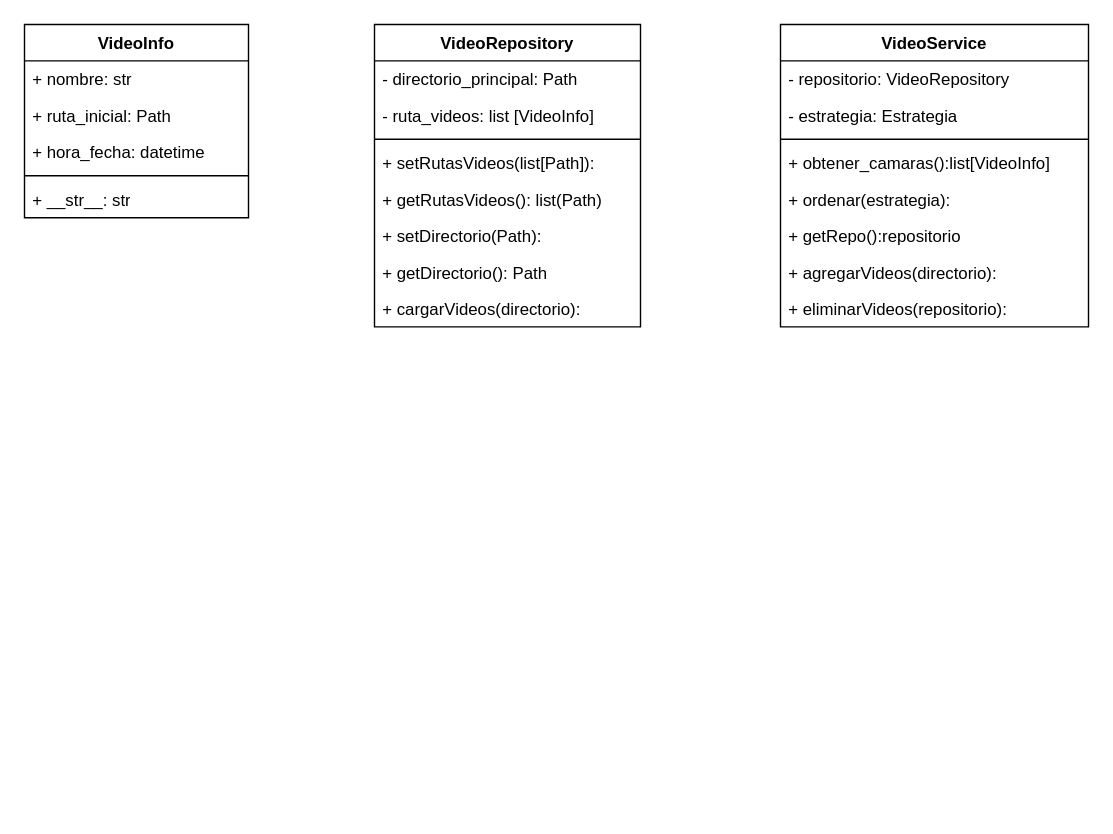
This is FolderLister.drawio from brianbuera/folder-lister, a draw.io file, before an edit. Source tidied: cells renumbered, new cells numbered last; positions are measured from the earlier drawing's top-left corner, leaving out a move shared by most shapes. Both pictures are drawn from the tidied source at 140%, with x=0, y=0 at pixel (24, 24).
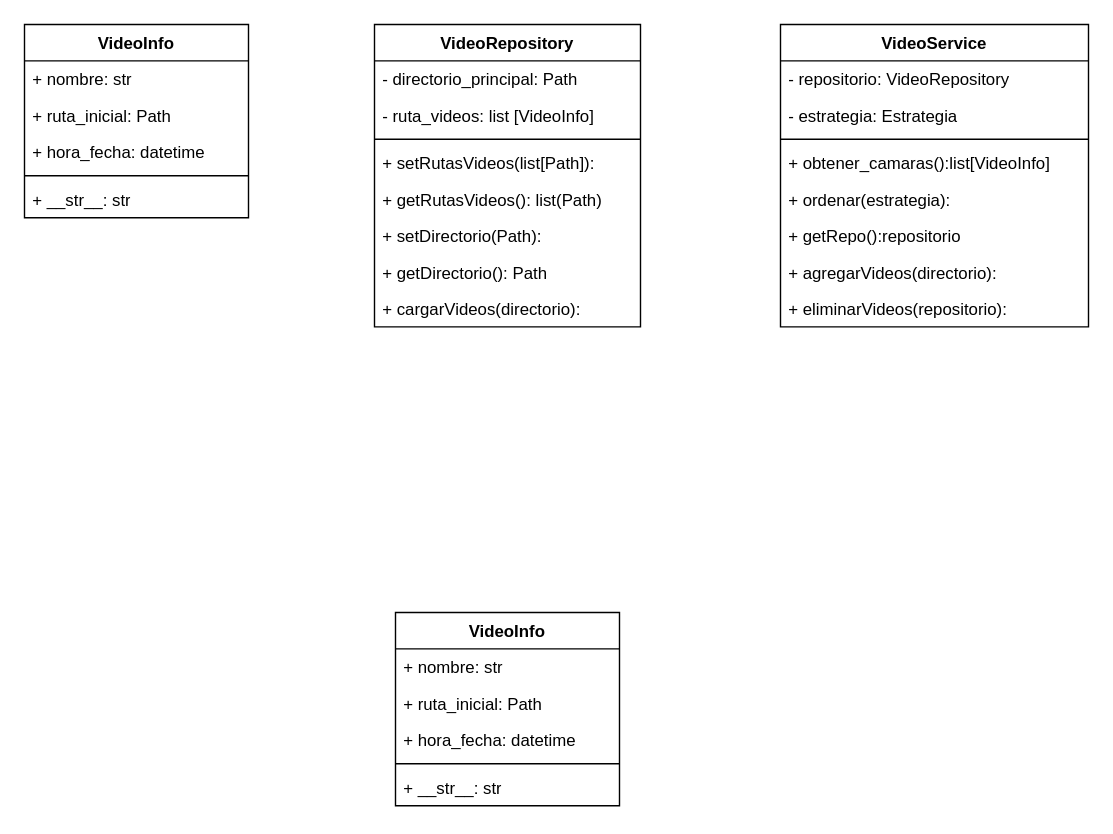
Above is the later version.

What changed in the source:
```diff
@@
+    <mxCell id="26" value="VideoInfo" style="swimlane;fontStyle=1;align=center;verticalAlign=top;horizontal=1;startSize=26;whiteSpace=wrap;html=1;" parent="1" vertex="1">
+      <mxGeometry x="265" y="420" width="160" height="138" as="geometry" />
+    </mxCell>
+    <mxCell id="27" value="+ nombre: str" style="text;strokeColor=none;fillColor=none;align=left;verticalAlign=top;spacingLeft=4;spacingRight=4;overflow=hidden;whiteSpace=wrap;html=1;" parent="26" vertex="1">
+      <mxGeometry y="26" width="160" height="26" as="geometry" />
+    </mxCell>
+    <mxCell id="28" value="+ ruta_inicial: Path" style="text;strokeColor=none;fillColor=none;align=left;verticalAlign=top;spacingLeft=4;spacingRight=4;overflow=hidden;whiteSpace=wrap;html=1;" parent="26" vertex="1">
+      <mxGeometry y="52" width="160" height="26" as="geometry" />
+    </mxCell>
+    <mxCell id="29" value="+ hora_fecha: datetime" style="text;strokeColor=none;fillColor=none;align=left;verticalAlign=top;spacingLeft=4;spacingRight=4;overflow=hidden;whiteSpace=wrap;html=1;" parent="26" vertex="1">
+      <mxGeometry y="78" width="160" height="26" as="geometry" />
+    </mxCell>
+    <mxCell id="30" style="line;strokeWidth=1;fillColor=none;align=left;verticalAlign=middle;spacingTop=-1;spacingLeft=3;spacingRight=3;labelPosition=right;strokeColor=inherit;" parent="26" vertex="1">
+      <mxGeometry y="104" width="160" height="8" as="geometry" />
+    </mxCell>
+    <mxCell id="31" value="+ __str__: str" style="text;strokeColor=none;fillColor=none;align=left;verticalAlign=top;spacingLeft=4;spacingRight=4;overflow=hidden;whiteSpace=wrap;html=1;" parent="26" vertex="1">
+      <mxGeometry y="112" width="160" height="26" as="geometry" />
+    </mxCell>
```
